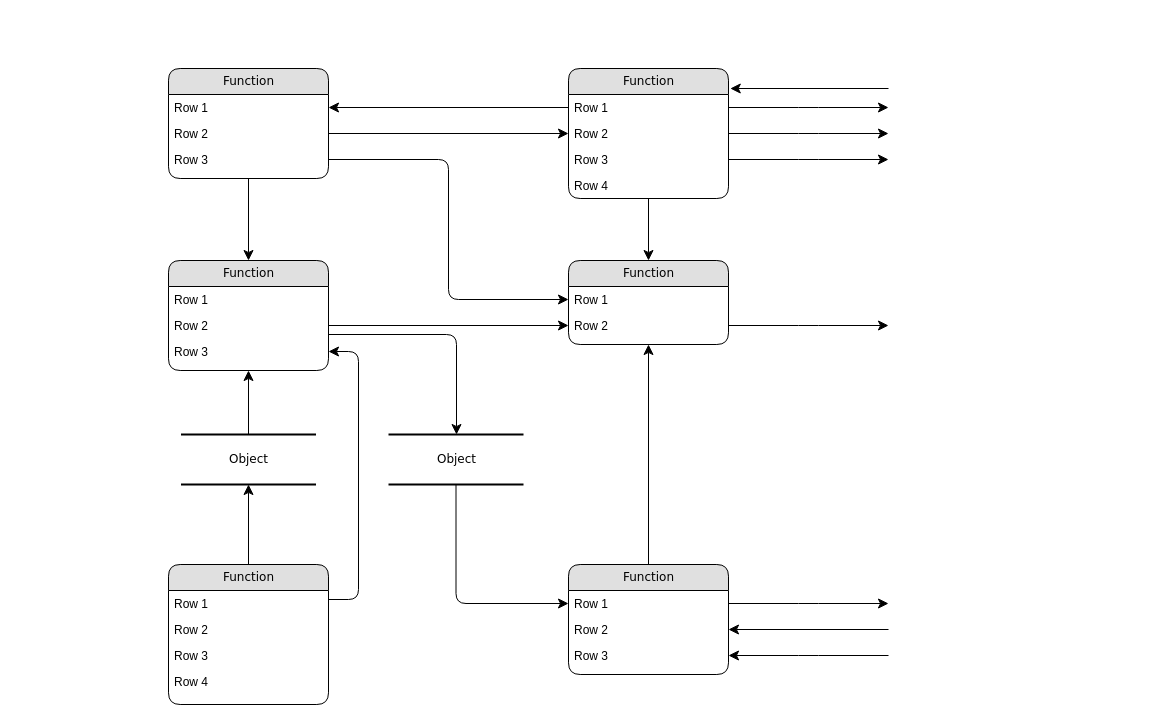
Before: blockchain/Untitled Diagram.drawio in EST-94/python, a draw.io diagram. Source tidied: cells renumbered, new cells numbered last; positions are measured from the earlier drawing's top-left corner, leaving out a move shared by most shapes. Both pictures are drawn from the tidied source at 100%, with x=0, y=0 at pixel (168, 68).
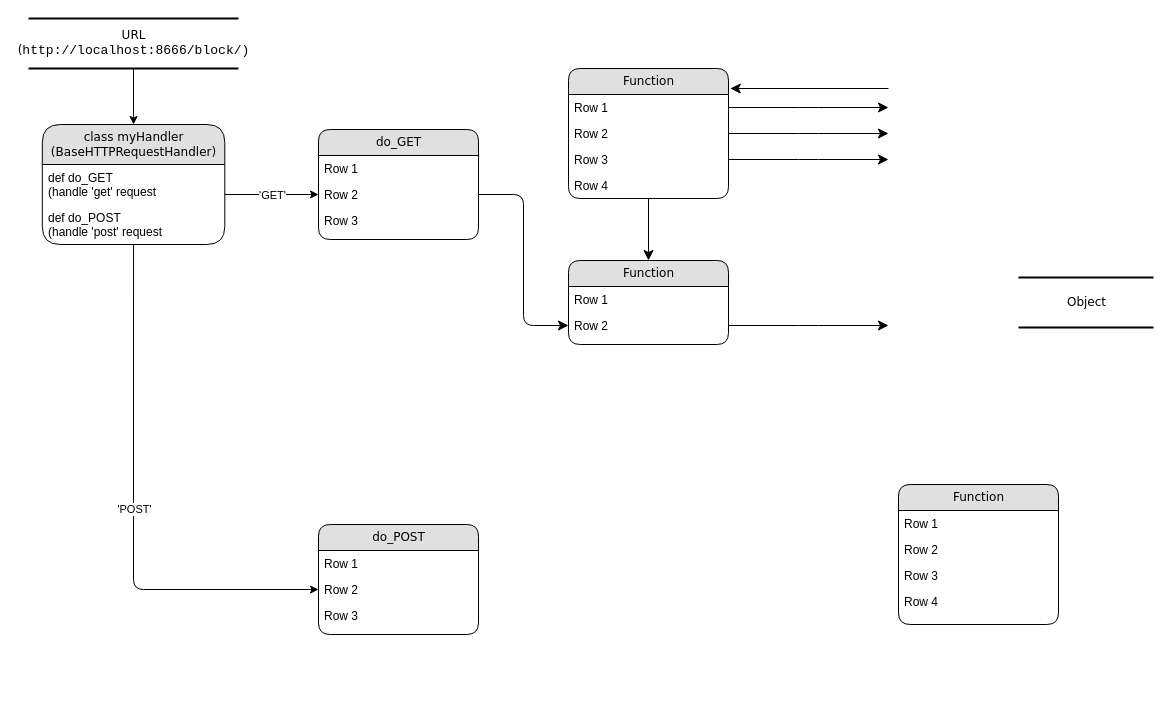
Above is the later version.

The change refers to these unchanged cells:
```xml
<mxCell id="8" value="Row 1" style="text;html=1;strokeColor=none;fillColor=none;spacingLeft=4;spacingRight=4;whiteSpace=wrap;overflow=hidden;points=[[0,0.5],[1,0.5]];portConstraint=eastwest;" parent="7" vertex="1">
  <mxGeometry y="26" width="160" height="26" as="geometry" />
</mxCell>
<mxCell id="9" value="Row 2" style="text;html=1;strokeColor=none;fillColor=none;spacingLeft=4;spacingRight=4;whiteSpace=wrap;overflow=hidden;points=[[0,0.5],[1,0.5]];portConstraint=eastwest;" parent="7" vertex="1">
  <mxGeometry y="52" width="160" height="26" as="geometry" />
</mxCell>
<mxCell id="14" value="Row 2" style="text;html=1;strokeColor=none;fillColor=none;spacingLeft=4;spacingRight=4;whiteSpace=wrap;overflow=hidden;points=[[0,0.5],[1,0.5]];portConstraint=eastwest;" parent="12" vertex="1">
  <mxGeometry y="52" width="160" height="26" as="geometry" />
</mxCell>
<mxCell id="15" value="Row 3" style="text;html=1;strokeColor=none;fillColor=none;spacingLeft=4;spacingRight=4;whiteSpace=wrap;overflow=hidden;points=[[0,0.5],[1,0.5]];portConstraint=eastwest;" parent="12" vertex="1">
  <mxGeometry y="78" width="160" height="26" as="geometry" />
</mxCell>
<mxCell id="21" value="Function" style="swimlane;html=1;fontStyle=0;horizontal=1;startSize=26;fillColor=#e0e0e0;swimlaneFillColor=#ffffff;align=center;rounded=1;shadow=0;comic=0;labelBackgroundColor=none;strokeWidth=1;fontFamily=Verdana;fontSize=12;" parent="1" vertex="1">
  <mxGeometry x="400" y="192" width="160" height="84" as="geometry" />
</mxCell>
<mxCell id="22" value="Row 1" style="text;html=1;strokeColor=none;fillColor=none;spacingLeft=4;spacingRight=4;whiteSpace=wrap;overflow=hidden;points=[[0,0.5],[1,0.5]];portConstraint=eastwest;" parent="21" vertex="1">
  <mxGeometry y="26" width="160" height="26" as="geometry" />
</mxCell>
<mxCell id="25" value="Row 1" style="text;html=1;strokeColor=none;fillColor=none;spacingLeft=4;spacingRight=4;whiteSpace=wrap;overflow=hidden;points=[[0,0.5],[1,0.5]];portConstraint=eastwest;" parent="24" vertex="1">
  <mxGeometry y="26" width="160" height="26" as="geometry" />
</mxCell>
<mxCell id="26" value="Row 2" style="text;html=1;strokeColor=none;fillColor=none;spacingLeft=4;spacingRight=4;whiteSpace=wrap;overflow=hidden;points=[[0,0.5],[1,0.5]];portConstraint=eastwest;" parent="24" vertex="1">
  <mxGeometry y="52" width="160" height="26" as="geometry" />
</mxCell>
<mxCell id="27" value="Row 3" style="text;html=1;strokeColor=none;fillColor=none;spacingLeft=4;spacingRight=4;whiteSpace=wrap;overflow=hidden;points=[[0,0.5],[1,0.5]];portConstraint=eastwest;" parent="24" vertex="1">
  <mxGeometry y="78" width="160" height="26" as="geometry" />
</mxCell>
```

Diff of the diagram source:
```diff
@@
-    <mxCell id="2" value="Object" style="html=1;rounded=0;shadow=0;comic=0;labelBackgroundColor=none;strokeWidth=2;fontFamily=Verdana;fontSize=12;align=center;shape=mxgraph.ios7ui.horLines;" parent="1" vertex="1">
-      <mxGeometry x="12.5" y="366" width="135" height="50" as="geometry" />
+    <mxCell id="2" value="URL&lt;br&gt;&lt;font style=&quot;background-color: rgb(255 , 255 , 255)&quot;&gt;(&lt;span style=&quot;font-family: &amp;#34;jetbrains mono&amp;#34; , monospace ; font-size: 9.8pt&quot;&gt;http://localhost:8666/block/)&lt;/span&gt;&lt;/font&gt;" style="html=1;rounded=0;shadow=0;comic=0;labelBackgroundColor=none;strokeWidth=2;fontFamily=Verdana;fontSize=12;align=center;shape=mxgraph.ios7ui.horLines;" parent="1" vertex="1">
+      <mxGeometry x="-140" y="-50" width="210" height="50" as="geometry" />
     </mxCell>
-    <mxCell id="3" value="Function" style="swimlane;html=1;fontStyle=0;horizontal=1;startSize=26;fillColor=#e0e0e0;swimlaneFillColor=#ffffff;align=center;rounded=1;shadow=0;comic=0;labelBackgroundColor=none;strokeWidth=1;fontFamily=Verdana;fontSize=12;" parent="1" vertex="1">
-      <mxGeometry width="160" height="110" as="geometry" />
+    <mxCell id="3" value="class myHandler&lt;br&gt;(BaseHTTPRequestHandler)" style="swimlane;html=1;fontStyle=0;horizontal=1;startSize=40;fillColor=#e0e0e0;swimlaneFillColor=#ffffff;align=center;rounded=1;shadow=0;comic=0;labelBackgroundColor=none;strokeWidth=1;fontFamily=Verdana;fontSize=12;" parent="1" vertex="1">
+      <mxGeometry x="-126.2" y="56" width="182.5" height="120" as="geometry" />
     </mxCell>
-    <mxCell id="4" value="Row 1" style="text;html=1;strokeColor=none;fillColor=none;spacingLeft=4;spacingRight=4;whiteSpace=wrap;overflow=hidden;points=[[0,0.5],[1,0.5]];portConstraint=eastwest;" parent="3" vertex="1">
-      <mxGeometry y="26" width="160" height="26" as="geometry" />
+    <mxCell id="4" value="def do_GET&lt;br&gt;(handle 'get' request" style="text;html=1;strokeColor=none;fillColor=none;spacingLeft=4;spacingRight=4;whiteSpace=wrap;overflow=hidden;points=[[0,0.5],[1,0.5]];portConstraint=eastwest;" parent="3" vertex="1">
+      <mxGeometry y="40" width="182.5" height="40" as="geometry" />
     </mxCell>
-    <mxCell id="5" value="Row 2" style="text;html=1;strokeColor=none;fillColor=none;spacingLeft=4;spacingRight=4;whiteSpace=wrap;overflow=hidden;points=[[0,0.5],[1,0.5]];portConstraint=eastwest;" parent="3" vertex="1">
-      <mxGeometry y="52" width="160" height="26" as="geometry" />
+    <mxCell id="5" value="def do_POST&lt;br&gt;(handle 'post' request" style="text;html=1;strokeColor=none;fillColor=none;spacingLeft=4;spacingRight=4;whiteSpace=wrap;overflow=hidden;points=[[0,0.5],[1,0.5]];portConstraint=eastwest;" parent="3" vertex="1">
+      <mxGeometry y="80" width="182.5" height="34" as="geometry" />
     </mxCell>
-    <mxCell id="6" value="Row 3" style="text;html=1;strokeColor=none;fillColor=none;spacingLeft=4;spacingRight=4;whiteSpace=wrap;overflow=hidden;points=[[0,0.5],[1,0.5]];portConstraint=eastwest;" parent="3" vertex="1">
-      <mxGeometry y="78" width="160" height="26" as="geometry" />
-    </mxCell>
@@
-    <mxCell id="12" value="Function" style="swimlane;html=1;fontStyle=0;horizontal=1;startSize=26;fillColor=#e0e0e0;swimlaneFillColor=#ffffff;align=center;rounded=1;shadow=0;comic=0;labelBackgroundColor=none;strokeWidth=1;fontFamily=Verdana;fontSize=12;" parent="1" vertex="1">
-      <mxGeometry y="192" width="160" height="110" as="geometry" />
+    <mxCell id="12" value="do_GET" style="swimlane;html=1;fontStyle=0;horizontal=1;startSize=26;fillColor=#e0e0e0;swimlaneFillColor=#ffffff;align=center;rounded=1;shadow=0;comic=0;labelBackgroundColor=none;strokeWidth=1;fontFamily=Verdana;fontSize=12;" parent="1" vertex="1">
+      <mxGeometry x="150" y="61" width="160" height="110" as="geometry" />
     </mxCell>
@@
     <mxCell id="16" value="Function" style="swimlane;html=1;fontStyle=0;horizontal=1;startSize=26;fillColor=#e0e0e0;swimlaneFillColor=#ffffff;align=center;rounded=1;shadow=0;comic=0;labelBackgroundColor=none;strokeWidth=1;fontFamily=Verdana;fontSize=12;" parent="1" vertex="1">
-      <mxGeometry y="496" width="160" height="140" as="geometry" />
+      <mxGeometry x="730" y="416" width="160" height="140" as="geometry" />
     </mxCell>
@@
-    <mxCell id="24" value="Function" style="swimlane;html=1;fontStyle=0;horizontal=1;startSize=26;fillColor=#e0e0e0;swimlaneFillColor=#ffffff;align=center;rounded=1;shadow=0;comic=0;labelBackgroundColor=none;strokeWidth=1;fontFamily=Verdana;fontSize=12;" parent="1" vertex="1">
-      <mxGeometry x="400" y="496" width="160" height="110" as="geometry" />
+    <mxCell id="24" value="do_POST" style="swimlane;html=1;fontStyle=0;horizontal=1;startSize=26;fillColor=#e0e0e0;swimlaneFillColor=#ffffff;align=center;rounded=1;shadow=0;comic=0;labelBackgroundColor=none;strokeWidth=1;fontFamily=Verdana;fontSize=12;" parent="1" vertex="1">
+      <mxGeometry x="150" y="456" width="160" height="110" as="geometry" />
     </mxCell>
@@
     <mxCell id="28" value="Object" style="html=1;rounded=0;shadow=0;comic=0;labelBackgroundColor=none;strokeWidth=2;fontFamily=Verdana;fontSize=12;align=center;shape=mxgraph.ios7ui.horLines;" parent="1" vertex="1">
-      <mxGeometry x="220" y="366" width="135" height="50" as="geometry" />
+      <mxGeometry x="850" y="209" width="135" height="50" as="geometry" />
     </mxCell>
-    <mxCell id="29" style="edgeStyle=none;html=1;labelBackgroundColor=none;startFill=0;startSize=8;endFill=1;endSize=8;fontFamily=Verdana;fontSize=12;" parent="1" edge="1" source="16" target="2">
-      <mxGeometry relative="1" as="geometry" />
-    </mxCell>
-    <mxCell id="30" style="edgeStyle=none;html=1;labelBackgroundColor=none;startFill=0;startSize=8;endFill=1;endSize=8;fontFamily=Verdana;fontSize=12;" parent="1" edge="1" source="2" target="12">
-      <mxGeometry relative="1" as="geometry" />
-    </mxCell>
-    <mxCell id="31" style="edgeStyle=orthogonalEdgeStyle;html=1;labelBackgroundColor=none;startFill=0;startSize=8;endFill=1;endSize=8;fontFamily=Verdana;fontSize=12;exitX=1;exitY=0.25;entryX=1;entryY=0.5;" parent="1" edge="1" source="16" target="15">
-      <mxGeometry relative="1" as="geometry">
-        <Array as="points">
-          <mxPoint x="190" y="531" />
-          <mxPoint x="190" y="283" />
-        </Array>
-      </mxGeometry>
-    </mxCell>
-    <mxCell id="32" style="edgeStyle=orthogonalEdgeStyle;html=1;labelBackgroundColor=none;startFill=0;startSize=8;endFill=1;endSize=8;fontFamily=Verdana;fontSize=12;" parent="1" edge="1" source="28" target="25">
-      <mxGeometry x="-0.13" y="32" relative="1" as="geometry" />
-    </mxCell>
-    <mxCell id="33" style="edgeStyle=orthogonalEdgeStyle;html=1;labelBackgroundColor=none;startFill=0;startSize=8;endFill=1;endSize=8;fontFamily=Verdana;fontSize=12;" parent="1" edge="1" source="12" target="28">
-      <mxGeometry relative="1" as="geometry">
-        <Array as="points">
-          <mxPoint x="288" y="266" />
-        </Array>
-      </mxGeometry>
-    </mxCell>
-    <mxCell id="34" style="edgeStyle=orthogonalEdgeStyle;html=1;labelBackgroundColor=none;startFill=0;startSize=8;endFill=1;endSize=8;fontFamily=Verdana;fontSize=12;" parent="1" edge="1" source="3" target="12">
-      <mxGeometry relative="1" as="geometry" />
-    </mxCell>
-    <mxCell id="35" style="edgeStyle=orthogonalEdgeStyle;html=1;labelBackgroundColor=none;startFill=0;startSize=8;endFill=1;endSize=8;fontFamily=Verdana;fontSize=12;" parent="1" edge="1" source="24" target="21">
-      <mxGeometry relative="1" as="geometry" />
-    </mxCell>
@@
-    <mxCell id="37" style="edgeStyle=orthogonalEdgeStyle;html=1;entryX=0;entryY=0.5;labelBackgroundColor=none;startFill=0;startSize=8;endFill=1;endSize=8;fontFamily=Verdana;fontSize=12;exitX=1;exitY=0.5;" parent="1" edge="1" source="5" target="9">
-      <mxGeometry relative="1" as="geometry" />
-    </mxCell>
-    <mxCell id="38" style="edgeStyle=orthogonalEdgeStyle;html=1;exitX=0;exitY=0.5;entryX=1;entryY=0.5;labelBackgroundColor=none;startFill=0;startSize=8;endFill=1;endSize=8;fontFamily=Verdana;fontSize=12;" parent="1" edge="1" source="8" target="4">
-      <mxGeometry relative="1" as="geometry" />
-    </mxCell>
-    <mxCell id="39" style="edgeStyle=orthogonalEdgeStyle;html=1;exitX=1;exitY=0.5;entryX=0;entryY=0.5;labelBackgroundColor=none;startFill=0;startSize=8;endFill=1;endSize=8;fontFamily=Verdana;fontSize=12;" parent="1" edge="1" source="6" target="22">
-      <mxGeometry relative="1" as="geometry" />
-    </mxCell>
@@
-    <mxCell id="42" style="edgeStyle=orthogonalEdgeStyle;html=1;exitX=1;exitY=0.5;labelBackgroundColor=none;startFill=0;startSize=8;endFill=1;endSize=8;fontFamily=Verdana;fontSize=12;" parent="1" edge="1" source="25">
-      <mxGeometry relative="1" as="geometry">
-        <mxPoint x="720" y="535" as="targetPoint" />
-      </mxGeometry>
-    </mxCell>
-    <mxCell id="43" style="edgeStyle=orthogonalEdgeStyle;html=1;labelBackgroundColor=none;startFill=0;startSize=8;endFill=1;endSize=8;fontFamily=Verdana;fontSize=12;entryX=1;entryY=0.5;" parent="1" edge="1" target="26">
-      <mxGeometry relative="1" as="geometry">
-        <mxPoint x="720" y="561" as="sourcePoint" />
-        <Array as="points">
-          <mxPoint x="720" y="561" />
-        </Array>
-      </mxGeometry>
-    </mxCell>
-    <mxCell id="44" style="edgeStyle=orthogonalEdgeStyle;html=1;labelBackgroundColor=none;startFill=0;startSize=8;endFill=1;endSize=8;fontFamily=Verdana;fontSize=12;entryX=1;entryY=0.5;" parent="1" edge="1" target="27">
-      <mxGeometry relative="1" as="geometry">
-        <mxPoint x="720" y="587" as="sourcePoint" />
-        <Array as="points">
-          <mxPoint x="640" y="587" />
-          <mxPoint x="640" y="587" />
-        </Array>
-      </mxGeometry>
-    </mxCell>
@@
+    <mxCell id="49" style="endArrow=classic;html=1;entryX=0.5;entryY=0;entryDx=0;entryDy=0;" parent="1" edge="1" target="3">
+      <mxGeometry relative="1" as="geometry">
+        <mxPoint x="-35" as="sourcePoint" />
+      </mxGeometry>
+    </mxCell>
+    <mxCell id="50" style="endArrow=classic;html=1;exitX=0.5;exitY=1;exitDx=0;exitDy=0;entryX=0;entryY=0.5;entryDx=0;entryDy=0;" parent="1" edge="1" source="3" target="26">
+      <mxGeometry relative="1" as="geometry">
+        <Array as="points">
+          <mxPoint x="-35" y="521" />
+        </Array>
+      </mxGeometry>
+    </mxCell>
+    <mxCell id="51" value="'POST'" style="edgeLabel;html=1;align=center;verticalAlign=middle;" parent="50" vertex="1">
+      <mxGeometry relative="1" as="geometry" />
+    </mxCell>
+    <mxCell id="52" style="endArrow=classic;html=1;entryX=0;entryY=0.5;entryDx=0;entryDy=0;" parent="1" edge="1" target="14">
+      <mxGeometry relative="1" as="geometry">
+        <mxPoint x="56.2" y="126" as="sourcePoint" />
+      </mxGeometry>
+    </mxCell>
+    <mxCell id="53" value="'GET'" style="edgeLabel;html=1;align=center;verticalAlign=middle;" parent="52" vertex="1">
+      <mxGeometry relative="1" as="geometry" />
+    </mxCell>
```
